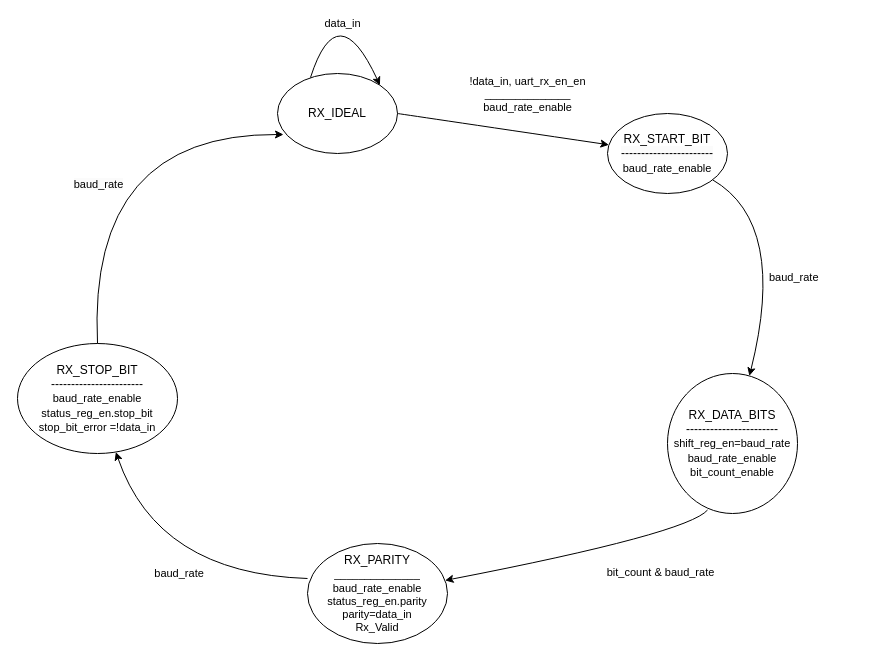
ee-uet/Xce_Training2025_Week02 keeps this draw.io diagram as page "rx_controller" (2 of 2) of Muhammad_Boota/lab8/task_2/doc/UART_RX.drawio. Above is the earlier version. Source tidied: cells renumbered, new cells numbered last; positions are measured from the earlier drawing's top-left corner, leaving out a move shared by most shapes. Both pictures are drawn from the tidied source at 100%, with x=0, y=0 at pixel (17, -7).
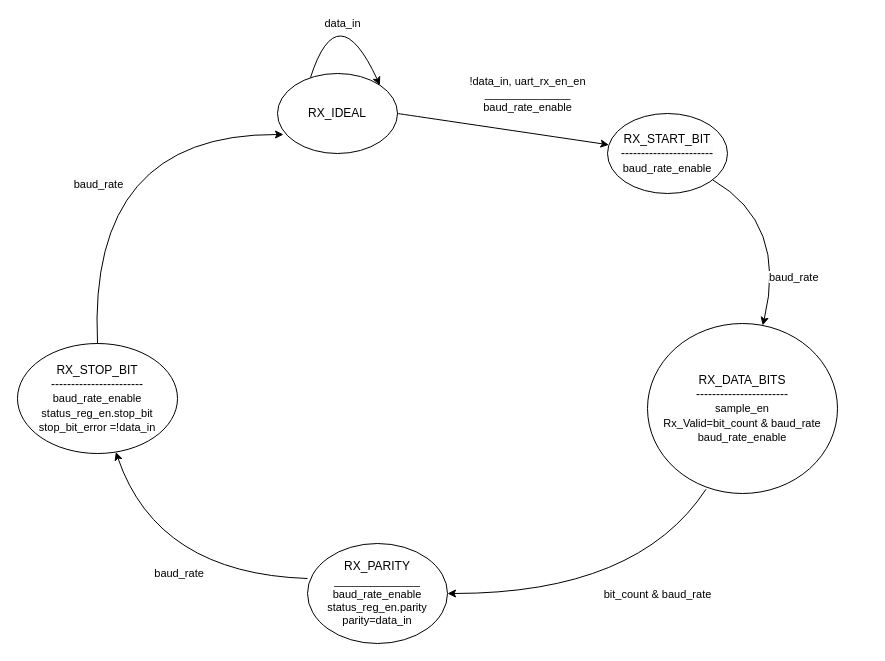
The same diagram, later.

Change to the diagram source:
```diff
@@
-    <mxCell id="4" value="RX_DATA_BITS&lt;br&gt;-----------------------&lt;br&gt;&lt;span style=&quot;font-size: 11px; text-wrap-mode: nowrap; background-color: rgb(255, 255, 255);&quot;&gt;shift_reg_en=baud_rate&lt;br&gt;baud_rate_enable&lt;/span&gt;&lt;br style=&quot;font-size: 11px; text-wrap-mode: nowrap;&quot;&gt;&lt;span style=&quot;font-size: 11px; text-wrap-mode: nowrap; background-color: rgb(255, 255, 255);&quot;&gt;bit_count_enable&lt;/span&gt;" style="ellipse;whiteSpace=wrap;html=1;" parent="1" vertex="1">
-      <mxGeometry x="650" y="380" width="130" height="140" as="geometry" />
+    <mxCell id="4" value="RX_DATA_BITS&lt;br&gt;-----------------------&lt;br&gt;&lt;span style=&quot;font-size: 11px; text-wrap-mode: nowrap; background-color: rgb(255, 255, 255);&quot;&gt;sample_en&lt;br&gt;&lt;span style=&quot;background-color: rgb(251, 251, 251);&quot;&gt;Rx_Valid=bit_count &amp;amp; baud_rate&lt;/span&gt;&lt;br&gt;baud_rate_enable&lt;/span&gt;" style="ellipse;whiteSpace=wrap;html=1;" parent="1" vertex="1">
+      <mxGeometry x="630" y="330" width="190" height="170" as="geometry" />
     </mxCell>
     <mxCell id="5" style="endArrow=classic;html=1;rounded=0;exitX=0.308;exitY=0.975;exitDx=0;exitDy=0;exitPerimeter=0;curved=1;" parent="1" edge="1" source="4" target="7">
       <mxGeometry relative="1" as="geometry">
         <Array as="points">
-          <mxPoint x="670" y="540" />
+          <mxPoint x="620" y="600" />
         </Array>
       </mxGeometry>
     </mxCell>
     <mxCell id="6" value="bit_count &amp;amp; baud_rate" style="edgeLabel;html=1;align=center;verticalAlign=middle;" parent="5" vertex="1">
       <mxGeometry x="-0.1" y="-14" relative="1" as="geometry">
-        <mxPoint x="68" y="34" as="offset" />
+        <mxPoint x="37" y="14" as="offset" />
       </mxGeometry>
     </mxCell>
-    <mxCell id="7" value="RX_PARITY&lt;br&gt;&lt;span style=&quot;font-size: 11px; text-wrap-mode: nowrap; background-color: rgb(255, 255, 255);&quot;&gt;______________&lt;/span&gt;&lt;div style=&quot;font-size: 11px; text-wrap-mode: nowrap;&quot;&gt;baud_rate_enable&lt;br&gt;status_reg_en.parity&lt;br&gt;parity=data_in&lt;br&gt;Rx_Valid&lt;/div&gt;" style="ellipse;whiteSpace=wrap;html=1;" parent="1" vertex="1">
+    <mxCell id="7" value="RX_PARITY&lt;br&gt;&lt;span style=&quot;font-size: 11px; text-wrap-mode: nowrap; background-color: rgb(255, 255, 255);&quot;&gt;______________&lt;/span&gt;&lt;div style=&quot;font-size: 11px; text-wrap-mode: nowrap;&quot;&gt;baud_rate_enable&lt;br&gt;status_reg_en.parity&lt;br&gt;parity=data_in&lt;br&gt;&lt;/div&gt;" style="ellipse;whiteSpace=wrap;html=1;" parent="1" vertex="1">
       <mxGeometry x="290" y="550" width="140" height="100" as="geometry" />
     </mxCell>
```
